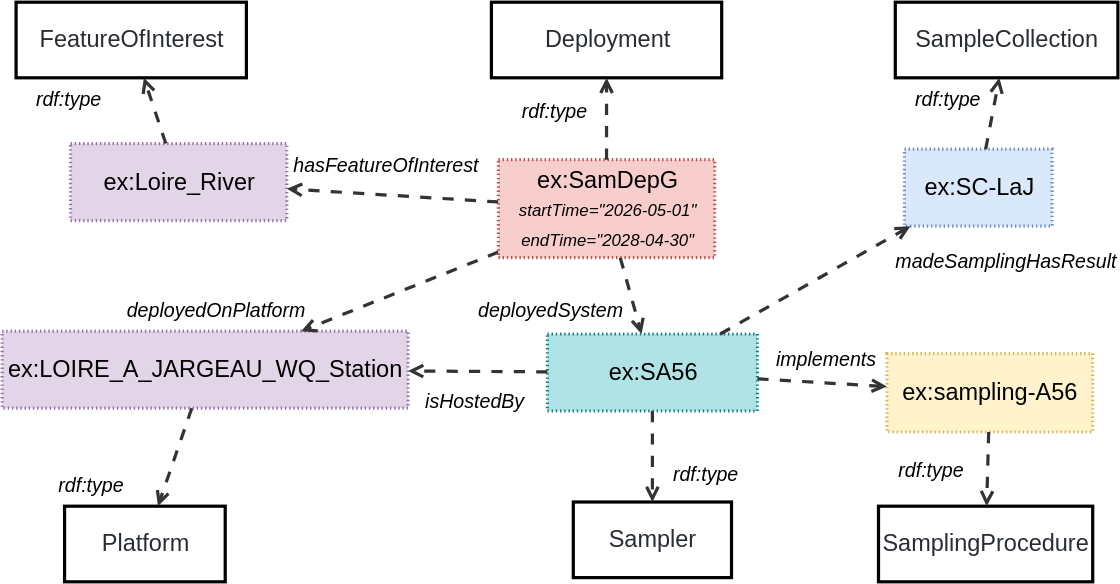
Above: ssn/images/PlannedDeployment.svg in afeliachi/sdw-sosa-ssn (draw.io), before the change. Source tidied: cells renumbered, new cells last; positions are measured from the earlier drawing's top-left corner, leaving out a move shared by most shapes. The source it was exported from:
```xml
<mxGraphModel>
  <root>
    <mxCell id="0" />
    <mxCell id="1" parent="0" />
    <mxCell id="2" value="ex:SC-LaJ" style="html=1;overflow=block;blockSpacing=1;whiteSpace=wrap;fontSize=16.8;align=center;spacing=0;strokeOpacity=100;fillColor=#dae8fc;dashed=1;fixDash=1;dashPattern=1 2;strokeWidth=2.3;strokeColor=#6c8ebf;" parent="1" vertex="1">
      <mxGeometry x="644.5" y="105" width="105.5" height="55" as="geometry" />
    </mxCell>
    <mxCell id="3" value="SampleCollection" style="html=1;overflow=block;blockSpacing=1;whiteSpace=wrap;fontSize=16.8;fontColor=#282c33;align=center;spacing=0;strokeOpacity=100;fillColor=none;strokeWidth=2.3;" parent="1" vertex="1">
      <mxGeometry x="638" width="159" height="54" as="geometry" />
    </mxCell>
    <mxCell id="4" style="html=1;jettySize=18;whiteSpace=wrap;fontSize=13;strokeColor=#333333;strokeOpacity=100;dashed=1;fixDash=1;dashPattern=8 8;strokeWidth=2.3;rounded=1;arcSize=24;startArrow=none;endArrow=open;lucidId=NyNQDuX1wnY7;" parent="1" edge="1" source="2" target="3">
      <mxGeometry relative="1" as="geometry" />
    </mxCell>
    <mxCell id="5" value="rdf:type" style="html=1;overflow=block;blockSpacing=1;whiteSpace=wrap;fontSize=14;fontStyle=2;align=center;spacing=0;strokeColor=none;strokeOpacity=100;fillOpacity=100;fillColor=none;strokeWidth=2.3;lucidId=ZyNQdXScJ7d8;" parent="1" vertex="1">
      <mxGeometry x="638" y="54" width="75" height="30" as="geometry" />
    </mxCell>
    <mxCell id="6" value="ex:Loire_River" style="html=1;overflow=block;blockSpacing=1;whiteSpace=wrap;fontSize=16.8;align=center;spacing=0;strokeOpacity=100;fillColor=#e1d5e7;dashed=1;fixDash=1;dashPattern=1 2;strokeWidth=2.3;strokeColor=#9673a6;" parent="1" vertex="1">
      <mxGeometry x="48.9" y="101" width="154.5" height="55" as="geometry" />
    </mxCell>
    <mxCell id="7" style="html=1;jettySize=18;whiteSpace=wrap;fontSize=13;strokeColor=#333333;strokeOpacity=100;dashed=1;fixDash=1;dashPattern=8 8;strokeWidth=2.3;rounded=0;arcSize=24;startArrow=none;endArrow=open;lucidId=a.MQUB3mGXbf;" parent="1" edge="1" source="30" target="6">
      <mxGeometry relative="1" as="geometry" />
    </mxCell>
    <mxCell id="8" value="hasFeatureOfInterest" style="html=1;overflow=block;blockSpacing=1;whiteSpace=wrap;fontSize=14;fontStyle=2;align=center;spacing=0;strokeColor=none;strokeOpacity=100;fillOpacity=100;fillColor=none;strokeWidth=2.3;lucidId=a.MQIzYVmevB;" parent="1" vertex="1">
      <mxGeometry x="207.5" y="101" width="75" height="30" as="geometry" />
    </mxCell>
    <mxCell id="9" value="FeatureOfInterest" style="html=1;overflow=block;blockSpacing=1;whiteSpace=wrap;fontSize=16.8;fontColor=#282c33;align=center;spacing=0;strokeOpacity=100;fillColor=none;strokeWidth=2.3;" parent="1" vertex="1">
      <mxGeometry x="10" width="164.5" height="54" as="geometry" />
    </mxCell>
    <mxCell id="10" value="rdf:type" style="html=1;overflow=block;blockSpacing=1;whiteSpace=wrap;fontSize=14;fontStyle=2;align=center;spacing=0;strokeColor=none;strokeOpacity=100;fillOpacity=100;fillColor=none;strokeWidth=2.3;lucidId=-xNQJ~mzVZk9;" parent="1" vertex="1">
      <mxGeometry x="10" y="54" width="75" height="30" as="geometry" />
    </mxCell>
    <mxCell id="11" style="html=1;jettySize=18;whiteSpace=wrap;fontSize=13;strokeColor=#333333;strokeOpacity=100;dashed=1;fixDash=1;dashPattern=8 8;strokeWidth=2.3;rounded=0;startArrow=none;endArrow=open;lucidId=XvNQ3zJcAKRb;" parent="1" edge="1" source="6" target="9">
      <mxGeometry relative="1" as="geometry" />
    </mxCell>
    <mxCell id="12" value="ex:SA56" style="html=1;overflow=block;blockSpacing=1;whiteSpace=wrap;fontSize=16.8;align=center;spacing=0;strokeOpacity=100;fillColor=#b0e3e6;dashed=1;fixDash=1;dashPattern=1 2;strokeWidth=2.3;strokeColor=#0e8088;" parent="1" vertex="1">
      <mxGeometry x="389.5" y="237" width="150" height="55" as="geometry" />
    </mxCell>
    <mxCell id="13" value="Sampler" style="html=1;overflow=block;blockSpacing=1;whiteSpace=wrap;fontSize=16.8;fontColor=#282c33;align=center;spacing=0;strokeOpacity=100;fillColor=none;strokeWidth=2.3;" parent="1" vertex="1">
      <mxGeometry x="408" y="357" width="113" height="54" as="geometry" />
    </mxCell>
    <mxCell id="14" style="html=1;jettySize=18;whiteSpace=wrap;fontSize=13;strokeColor=#333333;strokeOpacity=100;dashed=1;fixDash=1;dashPattern=8 8;strokeWidth=2.3;rounded=1;arcSize=24;startArrow=none;endArrow=open;lucidId=NyNQDuX1wnY7;" parent="1" edge="1" source="12" target="13">
      <mxGeometry relative="1" as="geometry" />
    </mxCell>
    <mxCell id="15" value="rdf:type" style="html=1;overflow=block;blockSpacing=1;whiteSpace=wrap;fontSize=14;fontStyle=2;align=center;spacing=0;strokeColor=none;strokeOpacity=100;fillOpacity=100;fillColor=none;strokeWidth=2.3;lucidId=ZyNQdXScJ7d8;" parent="1" vertex="1">
      <mxGeometry x="626" y="319" width="75" height="30" as="geometry" />
    </mxCell>
    <mxCell id="16" style="html=1;jettySize=18;whiteSpace=wrap;fontSize=13;strokeColor=#333333;strokeOpacity=100;dashed=1;fixDash=1;dashPattern=8 8;strokeWidth=2.3;rounded=1;arcSize=24;startArrow=none;endArrow=open;lucidId=NyNQDuX1wnY7;" parent="1" edge="1" source="12" target="2">
      <mxGeometry relative="1" as="geometry" />
    </mxCell>
    <mxCell id="17" value="madeSamplingHasResult" style="html=1;overflow=block;blockSpacing=1;whiteSpace=wrap;fontSize=14;fontStyle=2;align=center;spacing=0;strokeColor=none;strokeOpacity=100;fillOpacity=100;fillColor=none;strokeWidth=2.3;lucidId=a.MQIzYVmevB;" parent="1" vertex="1">
      <mxGeometry x="638" y="170" width="75" height="30" as="geometry" />
    </mxCell>
    <mxCell id="18" value="ex:LOIRE_A_JARGEAU_WQ_Station" style="html=1;overflow=block;blockSpacing=1;whiteSpace=wrap;fontSize=16.8;align=center;spacing=0;strokeOpacity=100;fillColor=#e1d5e7;dashed=1;fixDash=1;dashPattern=1 2;strokeWidth=2.3;strokeColor=#9673a6;" parent="1" vertex="1">
      <mxGeometry y="235" width="290" height="55" as="geometry" />
    </mxCell>
    <mxCell id="19" value="Platform" style="html=1;overflow=block;blockSpacing=1;whiteSpace=wrap;fontSize=16.8;fontColor=#282c33;align=center;spacing=0;strokeOpacity=100;fillColor=none;strokeWidth=2.3;" parent="1" vertex="1">
      <mxGeometry x="44.6" y="360" width="114.8" height="54" as="geometry" />
    </mxCell>
    <mxCell id="20" value="rdf:type" style="html=1;overflow=block;blockSpacing=1;whiteSpace=wrap;fontSize=14;fontStyle=2;align=center;spacing=0;strokeColor=none;strokeOpacity=100;fillOpacity=100;fillColor=none;strokeWidth=2.3;lucidId=-xNQJ~mzVZk9;" parent="1" vertex="1">
      <mxGeometry x="25.9" y="330" width="75" height="30" as="geometry" />
    </mxCell>
    <mxCell id="21" style="html=1;jettySize=18;whiteSpace=wrap;fontSize=13;strokeColor=#333333;strokeOpacity=100;dashed=1;fixDash=1;dashPattern=8 8;strokeWidth=2.3;rounded=0;startArrow=none;endArrow=open;lucidId=XvNQ3zJcAKRb;" parent="1" edge="1" source="18" target="19">
      <mxGeometry relative="1" as="geometry" />
    </mxCell>
    <mxCell id="22" style="html=1;jettySize=18;whiteSpace=wrap;fontSize=13;strokeColor=#333333;strokeOpacity=100;dashed=1;fixDash=1;dashPattern=8 8;strokeWidth=2.3;rounded=0;arcSize=24;startArrow=none;endArrow=open;lucidId=a.MQUB3mGXbf;" parent="1" edge="1" source="30" target="18">
      <mxGeometry relative="1" as="geometry" />
    </mxCell>
    <mxCell id="23" value="deployedOnPlatform" style="html=1;overflow=block;blockSpacing=1;whiteSpace=wrap;fontSize=14;fontStyle=2;align=center;spacing=0;strokeColor=none;strokeOpacity=100;fillOpacity=100;fillColor=none;strokeWidth=2.3;lucidId=a.MQIzYVmevB;" parent="1" vertex="1">
      <mxGeometry x="88.6" y="205" width="75" height="30" as="geometry" />
    </mxCell>
    <mxCell id="24" value="ex:sampling-A56" style="html=1;overflow=block;blockSpacing=1;whiteSpace=wrap;fontSize=16.8;align=center;spacing=0;strokeOpacity=100;fillColor=#fff2cc;dashed=1;fixDash=1;dashPattern=1 2;strokeWidth=2.3;strokeColor=#d6b656;" parent="1" vertex="1">
      <mxGeometry x="632" y="251" width="147" height="56" as="geometry" />
    </mxCell>
    <mxCell id="25" value="SamplingProcedure" style="html=1;overflow=block;blockSpacing=1;whiteSpace=wrap;fontSize=16.8;fontColor=#282c33;align=center;spacing=0;strokeOpacity=100;fillColor=none;strokeWidth=2.3;" parent="1" vertex="1">
      <mxGeometry x="626" y="360" width="153" height="54" as="geometry" />
    </mxCell>
    <mxCell id="26" style="html=1;jettySize=18;whiteSpace=wrap;fontSize=13;strokeColor=#333333;strokeOpacity=100;dashed=1;fixDash=1;dashPattern=8 8;strokeWidth=2.3;rounded=1;arcSize=24;startArrow=none;endArrow=open;lucidId=NyNQDuX1wnY7;" parent="1" edge="1" source="24" target="25">
      <mxGeometry relative="1" as="geometry" />
    </mxCell>
    <mxCell id="27" value="rdf:type" style="html=1;overflow=block;blockSpacing=1;whiteSpace=wrap;fontSize=14;fontStyle=2;align=center;spacing=0;strokeColor=none;strokeOpacity=100;fillOpacity=100;fillColor=none;strokeWidth=2.3;lucidId=ZyNQdXScJ7d8;" parent="1" vertex="1">
      <mxGeometry x="464.5" y="322" width="75" height="30" as="geometry" />
    </mxCell>
    <mxCell id="28" style="html=1;jettySize=18;whiteSpace=wrap;fontSize=13;strokeColor=#333333;strokeOpacity=100;dashed=1;fixDash=1;dashPattern=8 8;strokeWidth=2.3;rounded=1;arcSize=24;startArrow=none;endArrow=open;lucidId=NyNQDuX1wnY7;" parent="1" edge="1" source="12" target="24">
      <mxGeometry relative="1" as="geometry" />
    </mxCell>
    <mxCell id="29" value="implements" style="html=1;overflow=block;blockSpacing=1;whiteSpace=wrap;fontSize=14;fontStyle=2;align=center;spacing=0;strokeColor=none;strokeOpacity=100;fillOpacity=100;fillColor=none;strokeWidth=2.3;lucidId=ZyNQdXScJ7d8;" parent="1" vertex="1">
      <mxGeometry x="551" y="240" width="75" height="30" as="geometry" />
    </mxCell>
    <mxCell id="30" value="ex:SamDepG&lt;br&gt;&lt;font style=&quot;font-size: 12px;&quot;&gt;&lt;i&gt;startTime=&quot;2026-05-01&quot;&lt;br&gt;endTime=&quot;2028-04-30&quot;&lt;/i&gt;&lt;/font&gt;" style="html=1;overflow=block;blockSpacing=1;whiteSpace=wrap;fontSize=16.8;align=center;spacing=0;strokeOpacity=100;fillColor=#f8cecc;dashed=1;fixDash=1;dashPattern=1 2;strokeWidth=2.3;strokeColor=#b85450;" parent="1" vertex="1">
      <mxGeometry x="354.5" y="112.5" width="154.5" height="70" as="geometry" />
    </mxCell>
    <mxCell id="31" value="Deployment" style="html=1;overflow=block;blockSpacing=1;whiteSpace=wrap;fontSize=16.8;fontColor=#282c33;align=center;spacing=0;strokeOpacity=100;fillColor=none;strokeWidth=2.3;" parent="1" vertex="1">
      <mxGeometry x="349.5" width="164.5" height="54" as="geometry" />
    </mxCell>
    <mxCell id="32" value="rdf:type" style="html=1;overflow=block;blockSpacing=1;whiteSpace=wrap;fontSize=14;fontStyle=2;align=center;spacing=0;strokeColor=none;strokeOpacity=100;fillOpacity=100;fillColor=none;strokeWidth=2.3;lucidId=-xNQJ~mzVZk9;" parent="1" vertex="1">
      <mxGeometry x="357" y="63" width="75" height="30" as="geometry" />
    </mxCell>
    <mxCell id="33" style="html=1;jettySize=18;whiteSpace=wrap;fontSize=13;strokeColor=#333333;strokeOpacity=100;dashed=1;fixDash=1;dashPattern=8 8;strokeWidth=2.3;rounded=0;startArrow=none;endArrow=open;lucidId=XvNQ3zJcAKRb;" parent="1" edge="1" source="30" target="31">
      <mxGeometry relative="1" as="geometry" />
    </mxCell>
    <mxCell id="34" style="html=1;jettySize=18;whiteSpace=wrap;fontSize=13;strokeColor=#333333;strokeOpacity=100;dashed=1;fixDash=1;dashPattern=8 8;strokeWidth=2.3;rounded=0;arcSize=24;startArrow=none;endArrow=open;lucidId=a.MQUB3mGXbf;" parent="1" edge="1" source="30" target="12">
      <mxGeometry relative="1" as="geometry" />
    </mxCell>
    <mxCell id="35" value="deployedSystem" style="html=1;overflow=block;blockSpacing=1;whiteSpace=wrap;fontSize=14;fontStyle=2;align=center;spacing=0;strokeColor=none;strokeOpacity=100;fillOpacity=100;fillColor=none;strokeWidth=2.3;lucidId=a.MQIzYVmevB;" parent="1" vertex="1">
      <mxGeometry x="340" y="205" width="75" height="30" as="geometry" />
    </mxCell>
    <mxCell id="36" style="html=1;jettySize=18;whiteSpace=wrap;fontSize=13;strokeColor=#333333;strokeOpacity=100;dashed=1;fixDash=1;dashPattern=8 8;strokeWidth=2.3;rounded=0;arcSize=24;startArrow=none;endArrow=open;lucidId=a.MQUB3mGXbf;" parent="1" edge="1" source="12" target="18">
      <mxGeometry relative="1" as="geometry" />
    </mxCell>
    <mxCell id="37" value="isHostedBy" style="html=1;overflow=block;blockSpacing=1;whiteSpace=wrap;fontSize=14;fontStyle=2;align=center;spacing=0;strokeColor=none;strokeOpacity=100;fillOpacity=100;fillColor=none;strokeWidth=2.3;lucidId=a.MQIzYVmevB;" parent="1" vertex="1">
      <mxGeometry x="300" y="270" width="75" height="30" as="geometry" />
    </mxCell>
  </root>
</mxGraphModel>
```
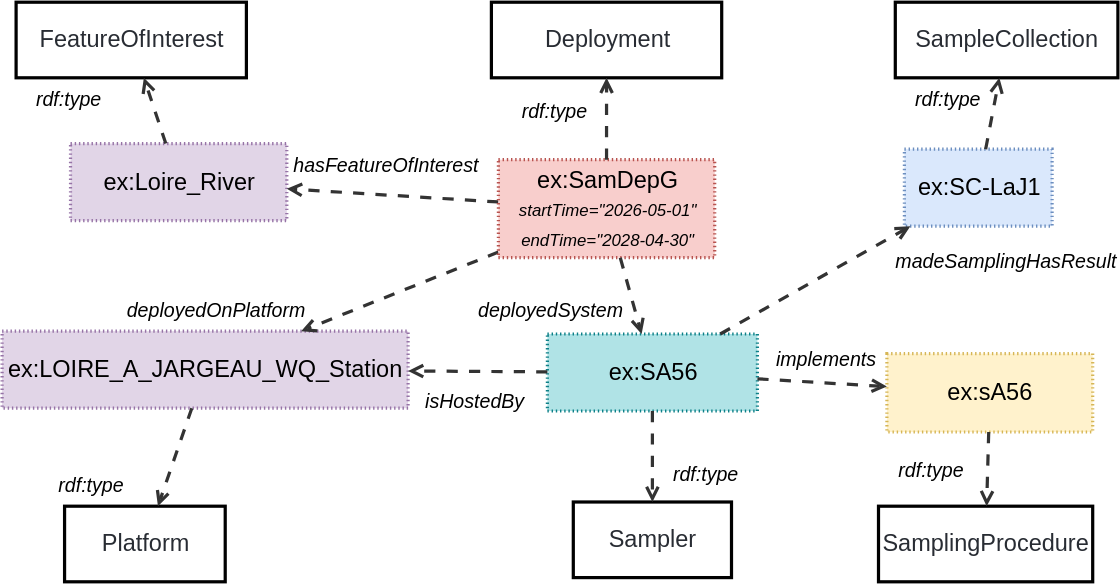
After the change.

The edit, as a diff of the source:
```diff
@@ -2,7 +2,7 @@
   <root>
     <mxCell id="0" />
     <mxCell id="1" parent="0" />
-    <mxCell id="2" value="ex:SC-LaJ" style="html=1;overflow=block;blockSpacing=1;whiteSpace=wrap;fontSize=16.8;align=center;spacing=0;strokeOpacity=100;fillColor=#dae8fc;dashed=1;fixDash=1;dashPattern=1 2;strokeWidth=2.3;strokeColor=#6c8ebf;" parent="1" vertex="1">
+    <mxCell id="2" value="ex:SC-LaJ1" style="html=1;overflow=block;blockSpacing=1;whiteSpace=wrap;fontSize=16.8;align=center;spacing=0;strokeOpacity=100;fillColor=#dae8fc;dashed=1;fixDash=1;dashPattern=1 2;strokeWidth=2.3;strokeColor=#6c8ebf;" parent="1" vertex="1">
       <mxGeometry x="644.5" y="105" width="105.5" height="55" as="geometry" />
     </mxCell>
     <mxCell id="3" value="SampleCollection" style="html=1;overflow=block;blockSpacing=1;whiteSpace=wrap;fontSize=16.8;fontColor=#282c33;align=center;spacing=0;strokeOpacity=100;fillColor=none;strokeWidth=2.3;" parent="1" vertex="1">
@@ -68,7 +68,7 @@
     <mxCell id="23" value="deployedOnPlatform" style="html=1;overflow=block;blockSpacing=1;whiteSpace=wrap;fontSize=14;fontStyle=2;align=center;spacing=0;strokeColor=none;strokeOpacity=100;fillOpacity=100;fillColor=none;strokeWidth=2.3;lucidId=a.MQIzYVmevB;" parent="1" vertex="1">
       <mxGeometry x="88.6" y="205" width="75" height="30" as="geometry" />
     </mxCell>
-    <mxCell id="24" value="ex:sampling-A56" style="html=1;overflow=block;blockSpacing=1;whiteSpace=wrap;fontSize=16.8;align=center;spacing=0;strokeOpacity=100;fillColor=#fff2cc;dashed=1;fixDash=1;dashPattern=1 2;strokeWidth=2.3;strokeColor=#d6b656;" parent="1" vertex="1">
+    <mxCell id="24" value="ex:sA56" style="html=1;overflow=block;blockSpacing=1;whiteSpace=wrap;fontSize=16.8;align=center;spacing=0;strokeOpacity=100;fillColor=#fff2cc;dashed=1;fixDash=1;dashPattern=1 2;strokeWidth=2.3;strokeColor=#d6b656;" parent="1" vertex="1">
       <mxGeometry x="632" y="251" width="147" height="56" as="geometry" />
     </mxCell>
     <mxCell id="25" value="SamplingProcedure" style="html=1;overflow=block;blockSpacing=1;whiteSpace=wrap;fontSize=16.8;fontColor=#282c33;align=center;spacing=0;strokeOpacity=100;fillColor=none;strokeWidth=2.3;" parent="1" vertex="1">
```
